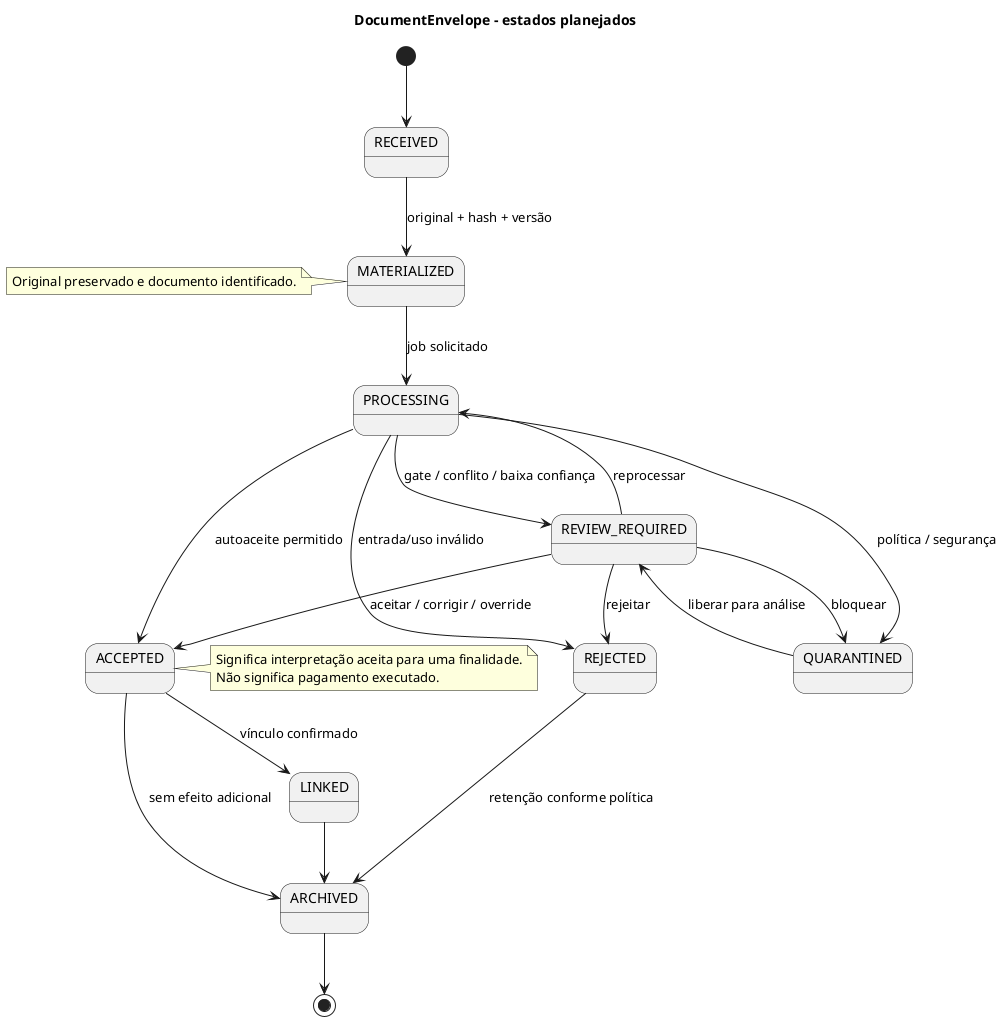
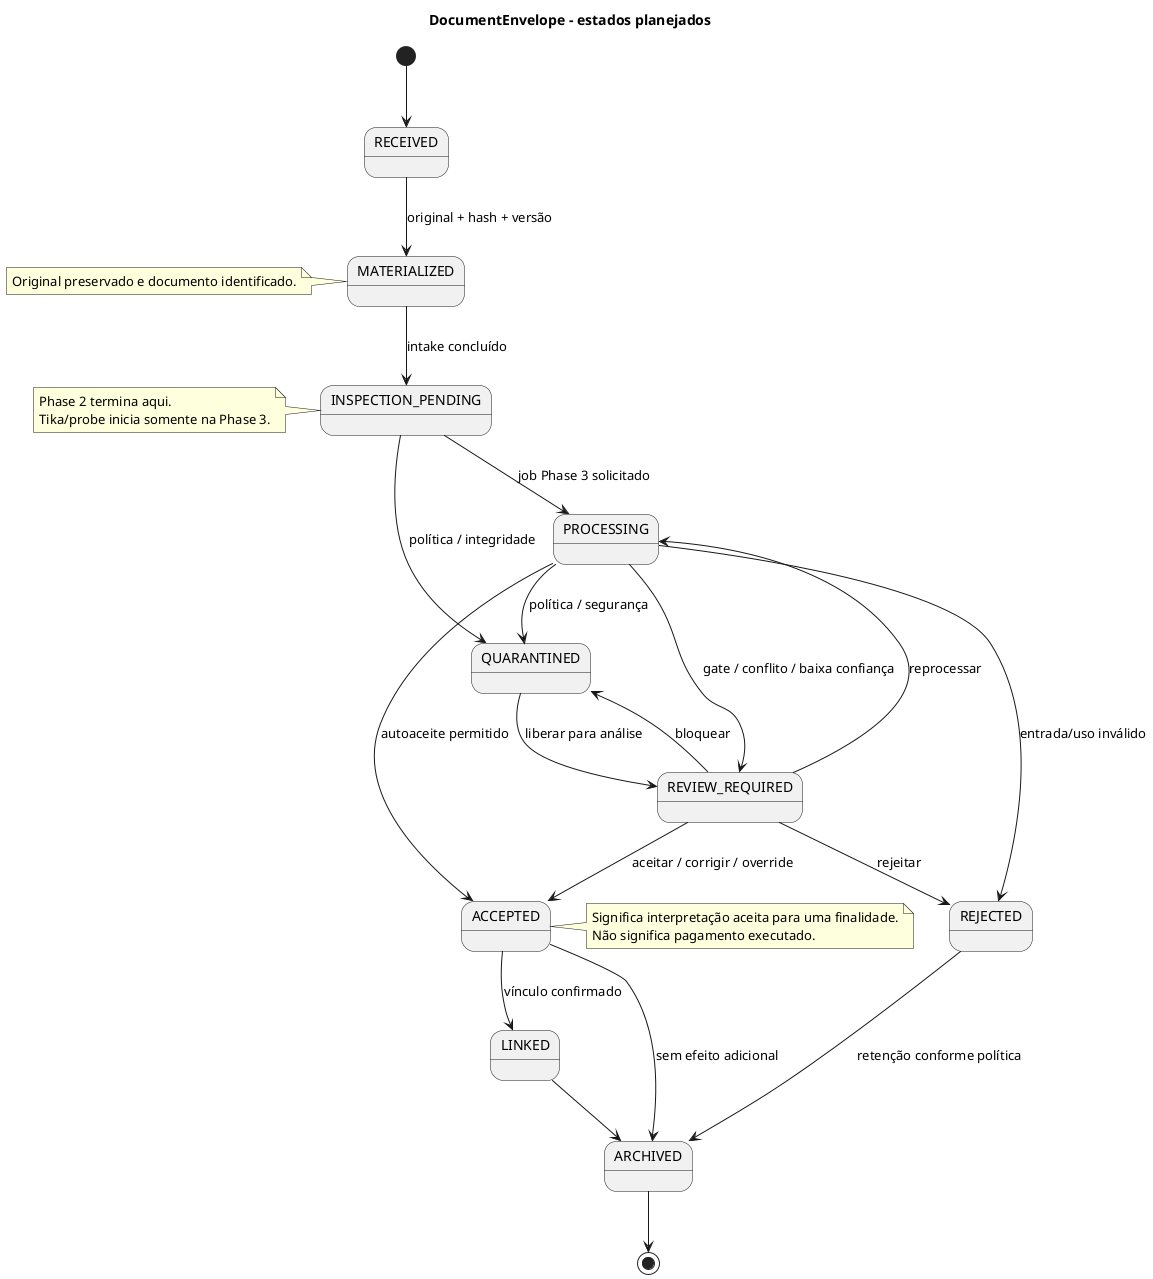
@startuml
- ' Issue #22
+ ' Issues #22 and #73
' Related ADRs: ADR-0012, ADR-0013
' Guardrail: candidate lifecycle for review; not an implemented state machine.

title DocumentEnvelope - estados planejados

[*] --> RECEIVED
RECEIVED --> MATERIALIZED : original + hash + versão
- MATERIALIZED --> PROCESSING : job solicitado
+ MATERIALIZED --> INSPECTION_PENDING : intake concluído
+ INSPECTION_PENDING --> PROCESSING : job Phase 3 solicitado
+ INSPECTION_PENDING --> QUARANTINED : política / integridade
PROCESSING --> REVIEW_REQUIRED : gate / conflito / baixa confiança
PROCESSING --> ACCEPTED : autoaceite permitido
PROCESSING --> QUARANTINED : política / segurança
PROCESSING --> REJECTED : entrada/uso inválido

REVIEW_REQUIRED --> PROCESSING : reprocessar
REVIEW_REQUIRED --> ACCEPTED : aceitar / corrigir / override
REVIEW_REQUIRED --> REJECTED : rejeitar
REVIEW_REQUIRED --> QUARANTINED : bloquear

ACCEPTED --> LINKED : vínculo confirmado
ACCEPTED --> ARCHIVED : sem efeito adicional
LINKED --> ARCHIVED

QUARANTINED --> REVIEW_REQUIRED : liberar para análise
REJECTED --> ARCHIVED : retenção conforme política

ARCHIVED --> [*]

note right of ACCEPTED
  Significa interpretação aceita para uma finalidade.
  Não significa pagamento executado.
end note

note left of MATERIALIZED
  Original preservado e documento identificado.
end note

+ note left of INSPECTION_PENDING
+   Phase 2 termina aqui.
+   Tika/probe inicia somente na Phase 3.
+ end note
+ 
@enduml
- 
